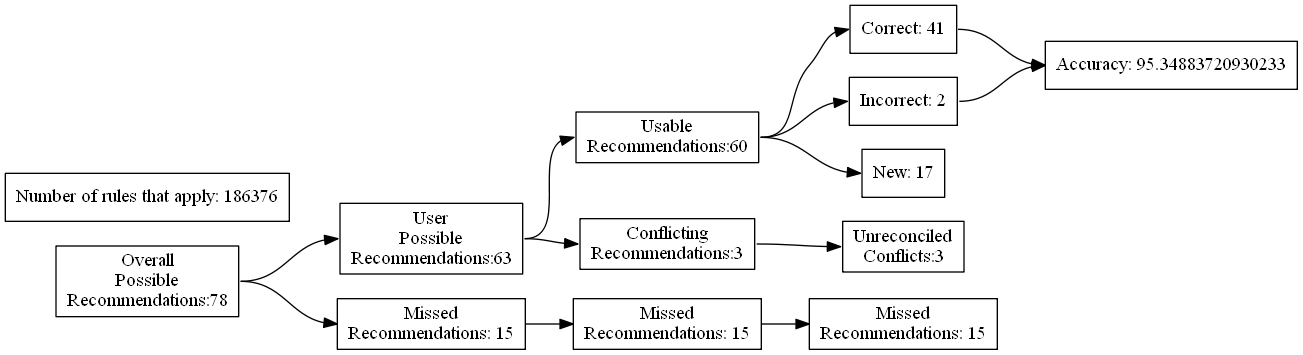
Above: test_renders/15.gv.png in ZaxR/ibd_diet_analysis (Graphviz), before the change. Its source is kept beside it as test_renders/15.gv.
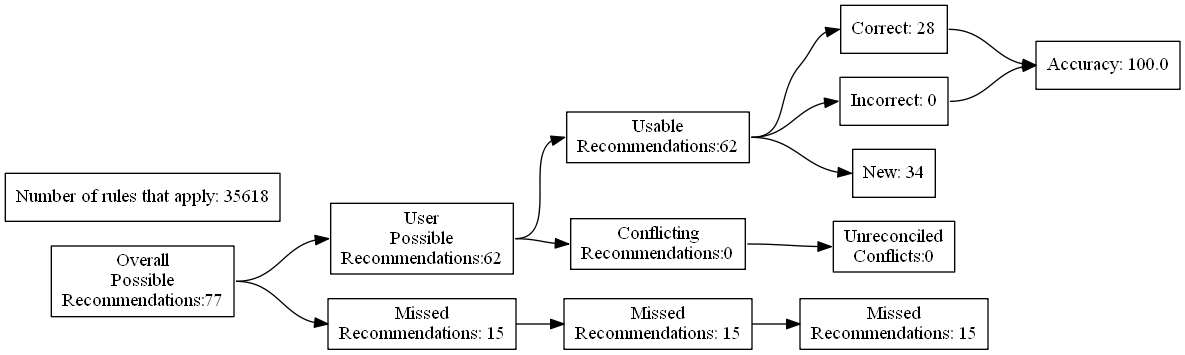
Later version of the same file.

The edit, as a diff of the source:
```diff
@@ -4,27 +4,27 @@
 	edge [headport=w tailport=e]
 		A [label="Overall
 Possible
-Recommendations:78"]
+Recommendations:77"]
 		B [label="User
 Possible
-Recommendations:63"]
+Recommendations:62"]
 		C [label="Missed
 Recommendations: 15"]
 		D [label="Usable
-Recommendations:60"]
+Recommendations:62"]
 		E [label="Conflicting
-Recommendations:3"]
+Recommendations:0"]
 		J [label="Missed
 Recommendations: 15"]
 		M [label="Unreconciled
-Conflicts:3"]
-		F [label="Correct: 41"]
-		G [label="Incorrect: 2"]
-		H [label="New: 17"]
+Conflicts:0"]
+		F [label="Correct: 28"]
+		G [label="Incorrect: 0"]
+		H [label="New: 34"]
 		K [label="Missed
 Recommendations: 15"]
-		I [label="Accuracy: 95.34883720930233"]
-		l [label="Number of rules that apply: 186376"]
+		I [label="Accuracy: 100.0"]
+		l [label="Number of rules that apply: 35618"]
 			A -> B
 			A -> C
 			B -> D
```
